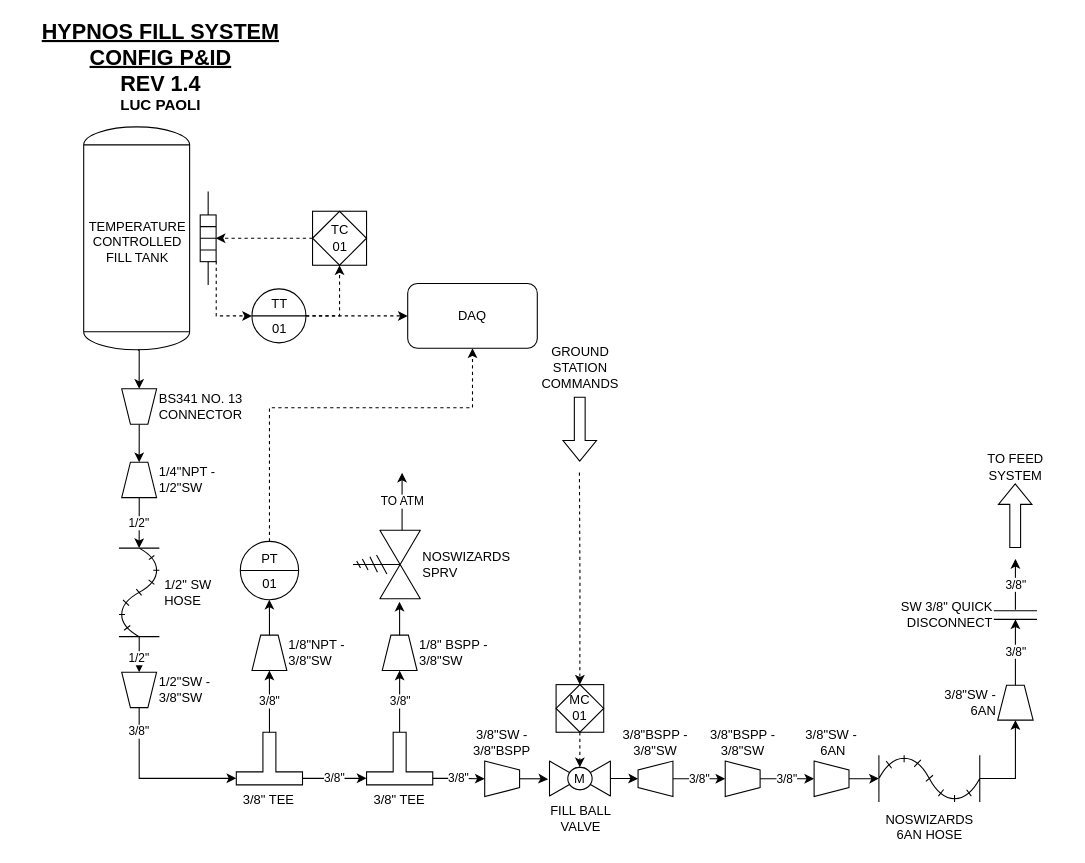
Earlier version of the draw.io diagram page "Filling system" (2 of 5) of All_P_IDs.drawio (icl-rocketry/Propulsion-PIDs). Source tidied: cells renumbered, new cells numbered last; positions are measured from the earlier drawing's top-left corner, leaving out a move shared by most shapes. Both pictures are drawn from the tidied source at 108%, with x=0, y=0 at pixel (18, 18).
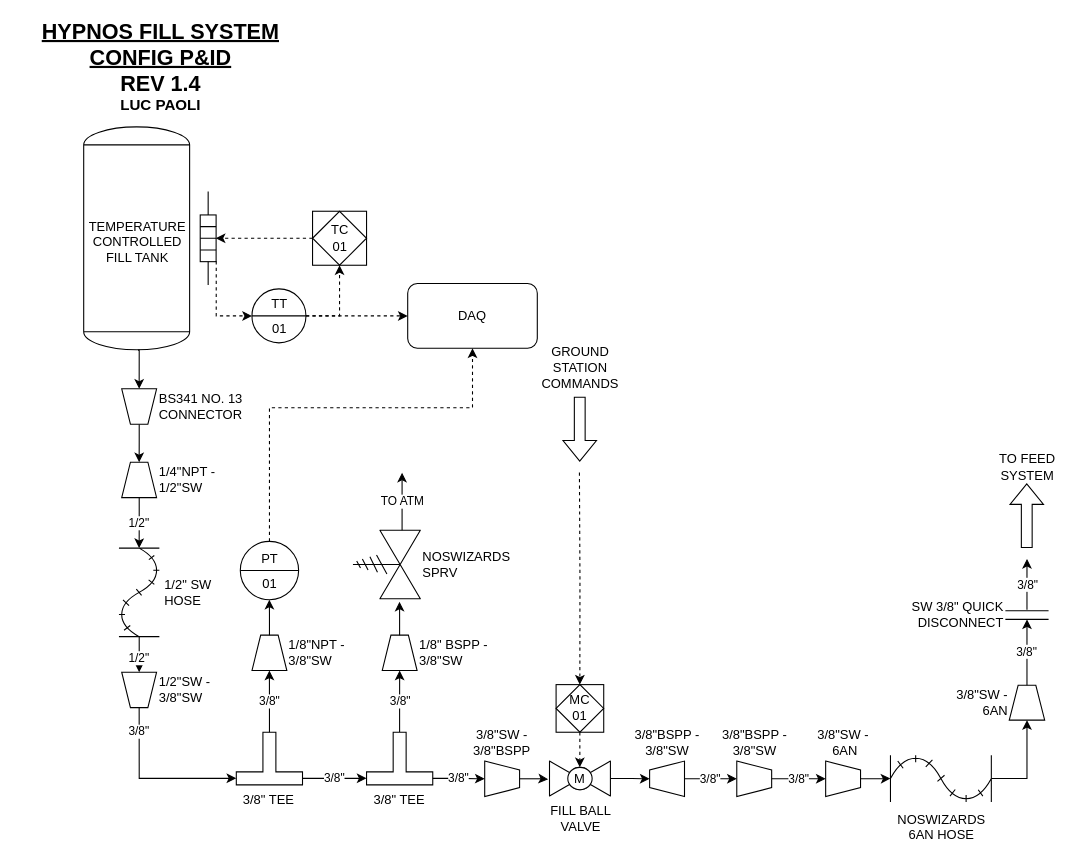
Above is the later version.

The change refers to these unchanged cells:
```xml
<mxCell id="29" value="FILL BALL&lt;br&gt;VALVE" style="verticalLabelPosition=bottom;align=center;html=1;verticalAlign=top;dashed=0;shape=mxgraph.pid2valves.valve;valveType=ball;direction=east;fontFamily=Helvetica;horizontal=1;labelPosition=center;" parent="1" vertex="1">
  <mxGeometry x="491.3" y="687.2" width="56.4" height="32.3" as="geometry" />
</mxCell>
```

Diff of the diagram source:
```diff
@@
+    <mxCell id="32" style="edgeStyle=orthogonalEdgeStyle;rounded=0;jettySize=auto;html=1;entryX=1;entryY=0.5;entryDx=0;entryDy=0;entryPerimeter=0;" parent="1" edge="1" source="29" target="31">
+      <mxGeometry relative="1" as="geometry" />
+    </mxCell>
@@
     <mxCell id="31" value="3/8&quot;BSPP -&lt;br&gt;3/8&quot;SW" style="verticalLabelPosition=top;align=center;dashed=0;html=1;verticalAlign=bottom;shape=mxgraph.pid.piping.concentric_reducer;direction=west;fontFamily=Helvetica;labelPosition=center;" parent="1" vertex="1">
-      <mxGeometry x="573.3" y="687.2" width="32.3" height="32.8" as="geometry" />
+      <mxGeometry x="584" y="687.2" width="32.3" height="32.8" as="geometry" />
     </mxCell>
-    <mxCell id="32" style="edgeStyle=orthogonalEdgeStyle;rounded=0;jettySize=auto;html=1;fontColor=#000000;" parent="1" edge="1" source="29" target="31">
-      <mxGeometry relative="1" as="geometry" />
-    </mxCell>
@@
     <mxCell id="42" value="NOSWIZARDS&lt;br&gt;6AN HOSE" style="verticalLabelPosition=bottom;align=center;dashed=0;html=1;verticalAlign=top;shape=mxgraph.pid.piping.flexible_hose;direction=west;fontFamily=Helvetica;labelPosition=center;" parent="1" vertex="1">
-      <mxGeometry x="796.3" y="678.4" width="93.4" height="49.9" as="geometry" />
+      <mxGeometry x="807" y="678.4" width="93.4" height="49.9" as="geometry" />
     </mxCell>
     <mxCell id="43" value="3/8&quot;BSPP -&lt;br&gt;3/8&quot;SW" style="verticalLabelPosition=top;align=center;dashed=0;html=1;verticalAlign=bottom;shape=mxgraph.pid.piping.concentric_reducer;direction=east;fontFamily=Helvetica;labelPosition=center;" parent="1" vertex="1">
-      <mxGeometry x="654" y="687.2" width="32.3" height="32.8" as="geometry" />
+      <mxGeometry x="664.7" y="687.2" width="32.3" height="32.8" as="geometry" />
     </mxCell>
@@
     <mxCell id="45" value="3/8&quot;SW -&lt;br&gt;&amp;nbsp;6AN" style="verticalLabelPosition=top;align=center;dashed=0;html=1;verticalAlign=bottom;shape=mxgraph.pid.piping.concentric_reducer;direction=east;fontFamily=Helvetica;labelPosition=center;" parent="1" vertex="1">
-      <mxGeometry x="736.3" y="687.2" width="32.3" height="32.8" as="geometry" />
+      <mxGeometry x="747" y="687.2" width="32.3" height="32.8" as="geometry" />
     </mxCell>
@@
     <mxCell id="47" value="3/8&quot;SW -&lt;br&gt;&amp;nbsp;6AN" style="verticalLabelPosition=middle;align=right;dashed=0;html=1;verticalAlign=middle;shape=mxgraph.pid.piping.concentric_reducer;direction=north;fontFamily=Helvetica;labelPosition=left;" parent="1" vertex="1">
-      <mxGeometry x="906.3" y="617" width="32.8" height="32.3" as="geometry" />
+      <mxGeometry x="917" y="617" width="32.8" height="32.3" as="geometry" />
     </mxCell>
@@
     <mxCell id="49" value="3/8&quot;" style="edgeStyle=orthogonalEdgeStyle;rounded=0;jettySize=auto;html=1;fontColor=#000000;" parent="1" edge="1" source="50">
       <mxGeometry relative="1" as="geometry">
-        <mxPoint x="922.7" y="500" as="targetPoint" />
+        <mxPoint x="933.4" y="500" as="targetPoint" />
       </mxGeometry>
     </mxCell>
     <mxCell id="50" value="SW 3/8&quot; QUICK&lt;br&gt;DISCONNECT" style="verticalLabelPosition=middle;align=right;dashed=0;html=1;verticalAlign=middle;shape=mxgraph.pid.piping.double_flange;direction=south;labelPosition=left;horizontal=1;" parent="1" vertex="1">
-      <mxGeometry x="902.7" y="547" width="40" height="10" as="geometry" />
+      <mxGeometry x="913.4" y="547" width="40" height="10" as="geometry" />
     </mxCell>
     <mxCell id="51" style="shape=flexArrow;endArrow=classic;html=1;rounded=0;fontColor=#000000;" parent="1" edge="1">
       <mxGeometry relative="1" as="geometry">
-        <mxPoint x="922.5" y="490" as="sourcePoint" />
-        <mxPoint x="922.5" y="430" as="targetPoint" />
+        <mxPoint x="933.2" y="490" as="sourcePoint" />
+        <mxPoint x="933.2" y="430" as="targetPoint" />
       </mxGeometry>
     </mxCell>
@@
     <mxCell id="53" value="TO FEED SYSTEM" style="text;html=1;strokeColor=none;fillColor=none;align=center;verticalAlign=middle;whiteSpace=wrap;rounded=0;fontColor=#000000;" parent="1" vertex="1">
-      <mxGeometry x="885.8" y="400" width="73.7" height="29" as="geometry" />
+      <mxGeometry x="896.5" y="400" width="73.7" height="29" as="geometry" />
     </mxCell>
```
